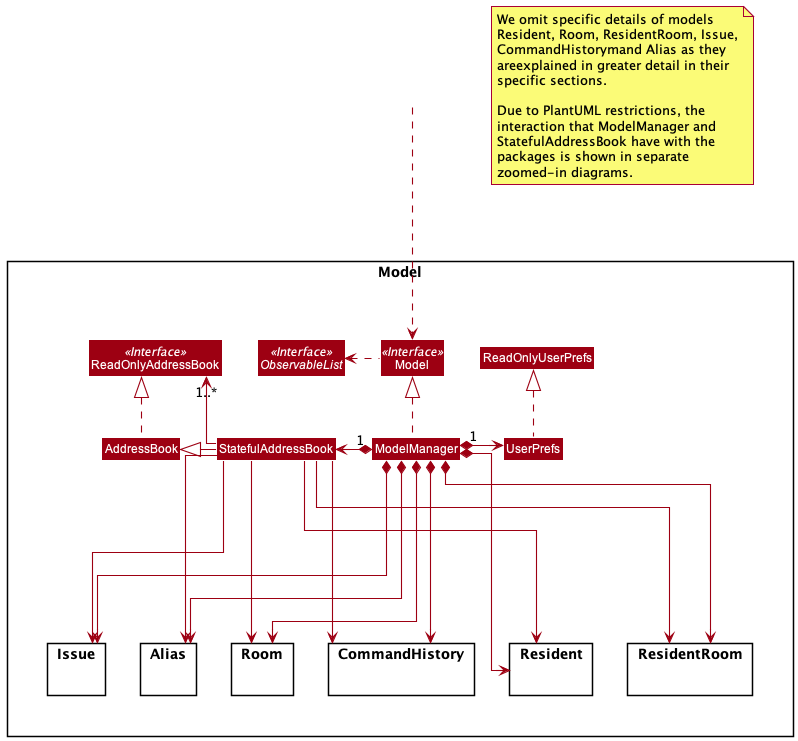
Earlier version of the PlantUML export docs/images/ModelClassDiagram.png (nus-cs2103-AY2021S2/tp).
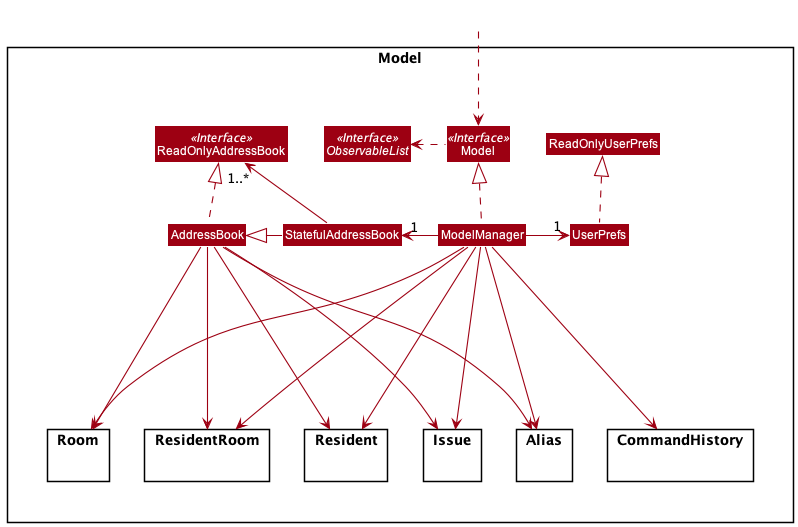
After the change.

Commit message:
Fix(DG): Improve model component clarity

Change to the diagram source:
```diff
@@ -3,21 +3,6 @@
 skinparam arrowThickness 1.1
 skinparam arrowColor MODEL_COLOR
 skinparam classBackgroundColor MODEL_COLOR
-skinparam linetype ortho
-
-note as n1
-We omit specific details of models
-Resident, Room, ResidentRoom, Issue,
-CommandHistorymand Alias as they
-areexplained in greater detail in their
-specific sections.
-
-Due to PlantUML restrictions, the
-interaction that ModelManager and
-StatefulAddressBook have with the
-packages is shown in separate
-zoomed-in diagrams.
-end note
 
 Package Model <<Rectangle>>{
     together overarching {
@@ -49,32 +34,31 @@
     }
 }
 Class HiddenOutside #FFFFFF
-HiddenOutside ...> Model
+HiddenOutside ..> Model
 
 StatefulAddressBook -left-|> AddressBook
-AddressBook .left.|> ReadOnlyAddressBook
+AddressBook .up.|> ReadOnlyAddressBook
 StatefulAddressBook -up-> "1..*" ReadOnlyAddressBook
 
 ModelManager .up.|> Model
 Model .left.> ObservableList
-ModelManager *-left-> "1" StatefulAddressBook
-ModelManager *-right-> "1" UserPrefs
+ModelManager --left-> "1" StatefulAddressBook
+ModelManager --right-> "1" UserPrefs
 UserPrefs .up.|> ReadOnlyUserPrefs
 
 
-ModelManager *-down-> ResidentRoom
-ModelManager *-down-> Resident
-ModelManager *-down-> Room
+ModelManager --down-> ResidentRoom
+ModelManager --down-> Resident
+ModelManager --down-> Room
 
-ModelManager *-> Issue
-ModelManager *-> CommandHistory
-ModelManager *-> Alias
+ModelManager --> Issue
+ModelManager --> CommandHistory
+ModelManager --> Alias
 
-StatefulAddressBook ---down-> Resident
-StatefulAddressBook ---down-> Room
-StatefulAddressBook ---down-> ResidentRoom
-StatefulAddressBook ---down-> Issue
-StatefulAddressBook ---down-> Alias
-StatefulAddressBook ---down-> CommandHistory
+AddressBook ---down-> Resident
+AddressBook ---down-> Room
+AddressBook ---down-> ResidentRoom
+AddressBook ---down-> Issue
+AddressBook ---down-> Alias
 
 @enduml
```
